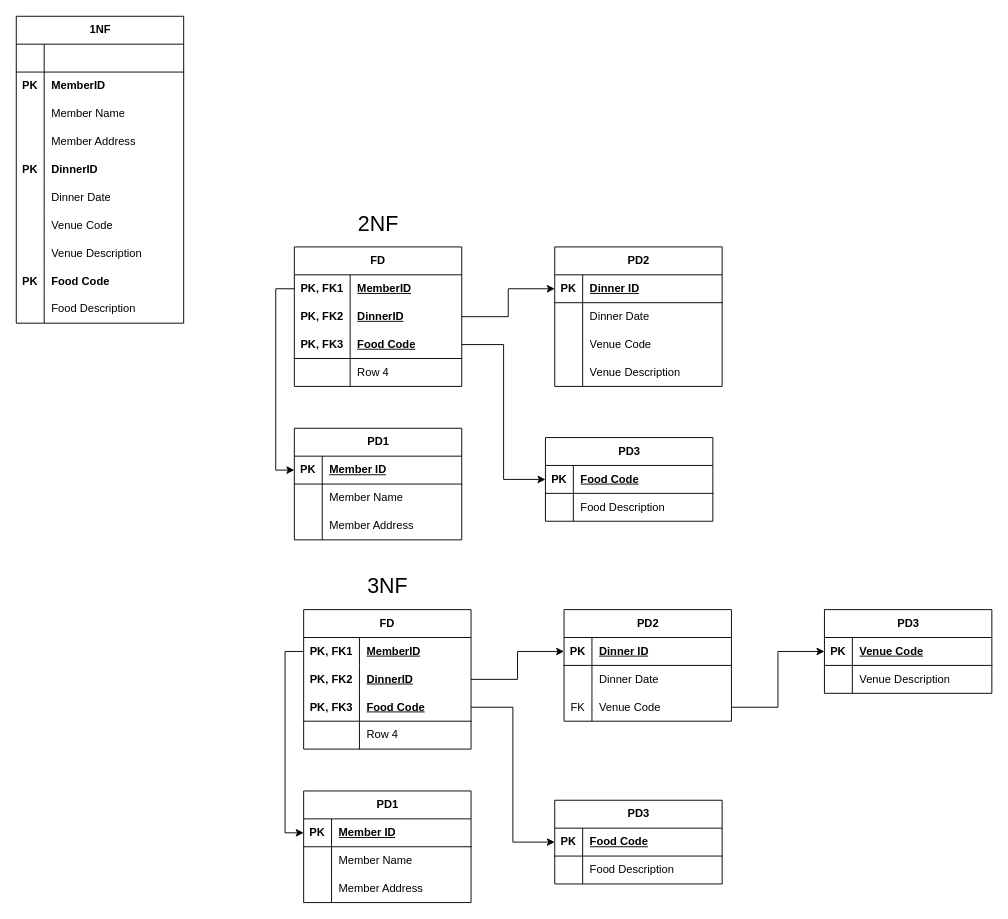
This is page "Exercise #1" (1 of 2) of Logical Models & Normalization.drawio from robeeds/is380-drawio, a draw.io file, before an edit. Source tidied: cells renumbered, new cells numbered last; positions are measured from the earlier drawing's top-left corner, leaving out a move shared by most shapes. Both pictures are drawn from the tidied source at 93%, with x=0, y=0 at pixel (16, 16).
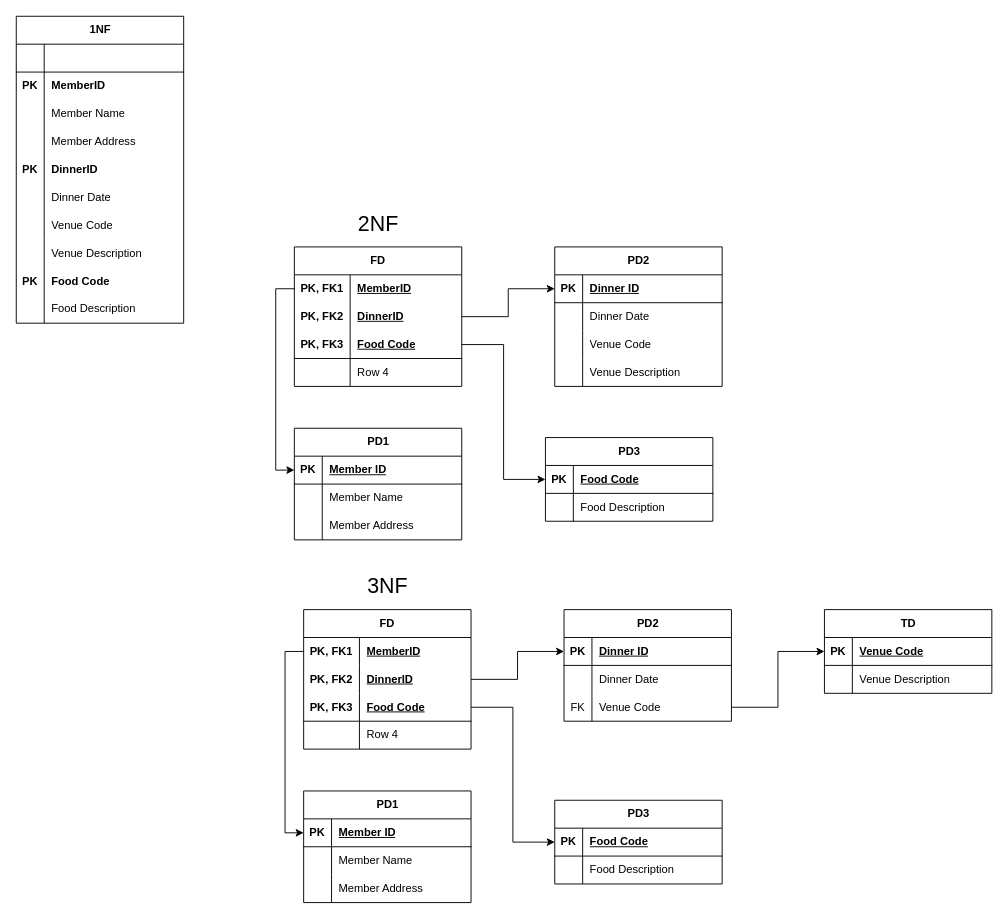
Above is the later version.

The edit, as a diff of the source:
```diff
@@
-    <mxCell id="124" value="PD3" style="shape=table;startSize=30;childLayout=tableLayout;rowLines=0;fontStyle=1;align=center;html=1;" parent="1" vertex="1">
+    <mxCell id="124" value="TD" style="shape=table;startSize=30;childLayout=tableLayout;rowLines=0;fontStyle=1;align=center;html=1;" parent="1" vertex="1">
       <mxGeometry x="869" y="638" width="180" height="90" as="geometry" />
     </mxCell>
```
